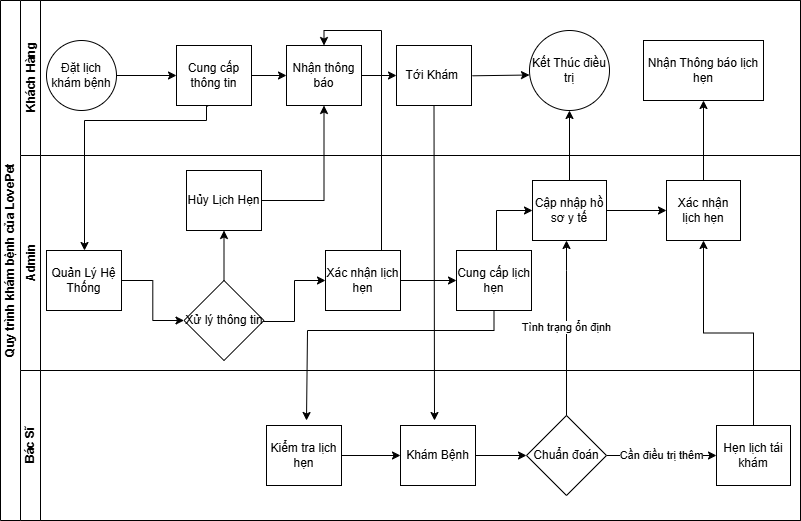
This is QuyTrinhKhamBenh.drawio.png from Junglou/-n, a draw.io export, as it was before one commit. Source tidied: cells renumbered, new cells last; positions are measured from the earlier drawing's top-left corner, leaving out a move shared by most shapes.
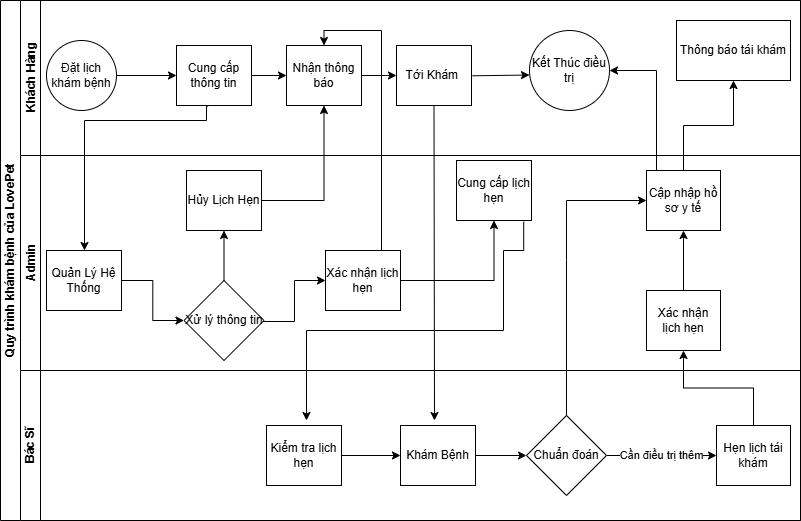
After the commit.

The edit, as a diff of the source:
```diff
@@ -26,9 +26,6 @@
     <mxCell id="9" value="Kết Thúc điều trị" style="ellipse;whiteSpace=wrap;html=1;" parent="3" vertex="1">
       <mxGeometry x="509" y="30" width="80" height="80" as="geometry" />
     </mxCell>
-    <mxCell id="10" value="Nhận Thông báo lịch hẹn" style="whiteSpace=wrap;html=1;" parent="3" vertex="1">
-      <mxGeometry x="623" y="40" width="120" height="60" as="geometry" />
-    </mxCell>
     <mxCell id="11" style="endArrow=classic;html=1;rounded=0;entryX=-0.012;entryY=0.615;entryDx=0;entryDy=0;entryPerimeter=0;" parent="3" edge="1">
       <mxGeometry relative="1" as="geometry">
         <mxPoint x="452" y="75.3" as="sourcePoint" />
@@ -41,6 +38,9 @@
     <mxCell id="13" value="Nhận thông báo" style="whiteSpace=wrap;html=1;" parent="3" vertex="1">
       <mxGeometry x="266" y="45" width="75" height="60" as="geometry" />
     </mxCell>
+    <mxCell id="45" value="Thông báo tái khám" style="whiteSpace=wrap;html=1;" parent="3" vertex="1">
+      <mxGeometry x="656" y="20" width="114" height="60" as="geometry" />
+    </mxCell>
     <mxCell id="14" value="Admin" style="swimlane;html=1;startSize=20;horizontal=0;" parent="2" vertex="1">
       <mxGeometry x="20" y="155" width="780" height="215" as="geometry" />
     </mxCell>
@@ -60,37 +60,23 @@
         </Array>
       </mxGeometry>
     </mxCell>
-    <mxCell id="18" style="edgeStyle=orthogonalEdgeStyle;rounded=0;jettySize=auto;html=1;entryX=0;entryY=0.5;entryDx=0;entryDy=0;exitX=0.5;exitY=0;exitDx=0;exitDy=0;" parent="14" edge="1" source="25" target="22">
-      <mxGeometry relative="1" as="geometry">
-        <Array as="points">
-          <mxPoint x="476" y="95" />
-          <mxPoint x="476" y="55" />
-        </Array>
-      </mxGeometry>
-    </mxCell>
     <mxCell id="19" style="edgeStyle=orthogonalEdgeStyle;rounded=0;jettySize=auto;html=1;" parent="14" edge="1" source="20" target="25">
       <mxGeometry relative="1" as="geometry" />
     </mxCell>
     <mxCell id="20" value="Xác nhận lịch hẹn" style="whiteSpace=wrap;html=1;" parent="14" vertex="1">
       <mxGeometry x="305" y="95" width="75" height="60" as="geometry" />
     </mxCell>
-    <mxCell id="21" style="edgeStyle=orthogonalEdgeStyle;rounded=0;orthogonalLoop=1;jettySize=auto;html=1;" parent="14" edge="1">
-      <mxGeometry relative="1" as="geometry">
-        <mxPoint x="581" y="55" as="sourcePoint" />
-        <mxPoint x="646" y="55" as="targetPoint" />
-      </mxGeometry>
-    </mxCell>
     <mxCell id="22" value="Cập nhập hồ sơ y tế" style="whiteSpace=wrap;html=1;" parent="14" vertex="1">
-      <mxGeometry x="512" y="25" width="74" height="60" as="geometry" />
+      <mxGeometry x="626" y="15" width="74" height="60" as="geometry" />
     </mxCell>
     <mxCell id="23" value="Xác nhận lịch hẹn" style="whiteSpace=wrap;html=1;" parent="14" vertex="1">
-      <mxGeometry x="646" y="25" width="74" height="60" as="geometry" />
+      <mxGeometry x="626" y="135" width="74" height="60" as="geometry" />
     </mxCell>
     <mxCell id="24" value="Hủy Lịch Hẹn" style="whiteSpace=wrap;html=1;" parent="14" vertex="1">
       <mxGeometry x="166" y="15" width="75" height="60" as="geometry" />
     </mxCell>
     <mxCell id="25" value="Cung cấp lịch hẹn" style="whiteSpace=wrap;html=1;" parent="14" vertex="1">
-      <mxGeometry x="436" y="95" width="75" height="60" as="geometry" />
+      <mxGeometry x="436" y="5" width="75" height="60" as="geometry" />
     </mxCell>
     <mxCell id="26" value="Xử lý thông tin" style="rhombus;whiteSpace=wrap;html=1;" parent="14" vertex="1">
       <mxGeometry x="163.5" y="125" width="80" height="80" as="geometry" />
@@ -98,6 +84,9 @@
     <mxCell id="27" style="endArrow=classic;html=1;rounded=0;exitX=0.5;exitY=0;exitDx=0;exitDy=0;entryX=0.5;entryY=1;entryDx=0;entryDy=0;" parent="14" edge="1" source="26" target="24">
       <mxGeometry relative="1" as="geometry" />
     </mxCell>
+    <mxCell id="46" style="endArrow=classic;html=1;rounded=0;entryX=0.5;entryY=1;entryDx=0;entryDy=0;exitX=0.5;exitY=0;exitDx=0;exitDy=0;" parent="14" edge="1" source="23" target="22">
+      <mxGeometry relative="1" as="geometry" />
+    </mxCell>
     <mxCell id="28" value="Bác Sĩ" style="swimlane;html=1;startSize=20;horizontal=0;" parent="2" vertex="1">
       <mxGeometry x="20" y="370" width="780" height="150" as="geometry" />
     </mxCell>
@@ -122,6 +111,15 @@
     <mxCell id="35" value="Hẹn lịch tái khám" style="whiteSpace=wrap;html=1;" parent="28" vertex="1">
       <mxGeometry x="696" y="55" width="74" height="60" as="geometry" />
     </mxCell>
+    <mxCell id="47" style="endArrow=classic;html=1;rounded=0;entryX=0;entryY=0.5;entryDx=0;entryDy=0;" parent="28" edge="1" target="22">
+      <mxGeometry relative="1" as="geometry">
+        <mxPoint x="546" y="45" as="sourcePoint" />
+        <Array as="points">
+          <mxPoint x="546" y="-110" />
+          <mxPoint x="546" y="-170" />
+        </Array>
+      </mxGeometry>
+    </mxCell>
     <mxCell id="36" style="edgeStyle=orthogonalEdgeStyle;rounded=0;jettySize=auto;html=1;exitX=0.421;exitY=1.01;exitDx=0;exitDy=0;exitPerimeter=0;" parent="2" edge="1" source="7" target="16">
       <mxGeometry relative="1" as="geometry">
         <Array as="points">
@@ -131,37 +129,32 @@
         </Array>
       </mxGeometry>
     </mxCell>
-    <mxCell id="37" value="Tình trạng ổn định" style="edgeStyle=orthogonalEdgeStyle;rounded=0;jettySize=auto;html=1;" parent="2" edge="1" source="34" target="22">
-      <mxGeometry relative="1" as="geometry">
-        <Array as="points">
-          <mxPoint x="566" y="270" />
-          <mxPoint x="566" y="270" />
-        </Array>
-      </mxGeometry>
-    </mxCell>
     <mxCell id="38" style="endArrow=classic;html=1;rounded=0;exitX=0.5;exitY=1;exitDx=0;exitDy=0;" parent="2" edge="1" source="8">
       <mxGeometry relative="1" as="geometry">
         <mxPoint x="434" y="420" as="targetPoint" />
       </mxGeometry>
     </mxCell>
     <mxCell id="39" style="edgeStyle=orthogonalEdgeStyle;rounded=0;jettySize=auto;html=1;" parent="2" edge="1" source="22" target="9">
-      <mxGeometry relative="1" as="geometry" />
+      <mxGeometry relative="1" as="geometry">
+        <Array as="points">
+          <mxPoint x="656" y="70" />
+        </Array>
+      </mxGeometry>
     </mxCell>
     <mxCell id="40" style="edgeStyle=orthogonalEdgeStyle;rounded=0;jettySize=auto;html=1;" parent="2" edge="1" source="35" target="23">
       <mxGeometry relative="1" as="geometry" />
     </mxCell>
-    <mxCell id="41" style="edgeStyle=orthogonalEdgeStyle;rounded=0;jettySize=auto;html=1;" parent="2" edge="1" source="23" target="10">
-      <mxGeometry relative="1" as="geometry" />
-    </mxCell>
     <mxCell id="42" style="edgeStyle=orthogonalEdgeStyle;rounded=0;jettySize=auto;html=1;entryX=0.5;entryY=1;entryDx=0;entryDy=0;" parent="2" edge="1" source="24" target="13">
       <mxGeometry relative="1" as="geometry" />
     </mxCell>
-    <mxCell id="43" style="edgeStyle=orthogonalEdgeStyle;rounded=0;jettySize=auto;html=1;" parent="2" edge="1" source="25">
+    <mxCell id="43" style="edgeStyle=orthogonalEdgeStyle;rounded=0;jettySize=auto;html=1;exitX=0.896;exitY=1.02;exitDx=0;exitDy=0;exitPerimeter=0;" parent="2" edge="1" source="25">
       <mxGeometry relative="1" as="geometry">
         <mxPoint x="306" y="420" as="targetPoint" />
         <Array as="points">
-          <mxPoint x="494" y="330" />
-          <mxPoint x="307" y="330" />
+          <mxPoint x="523" y="250" />
+          <mxPoint x="503" y="250" />
+          <mxPoint x="503" y="330" />
+          <mxPoint x="306" y="330" />
         </Array>
       </mxGeometry>
     </mxCell>
@@ -173,5 +166,8 @@
         </Array>
       </mxGeometry>
     </mxCell>
+    <mxCell id="48" style="edgeStyle=orthogonalEdgeStyle;rounded=0;jettySize=auto;html=1;" parent="2" edge="1" source="22" target="45">
+      <mxGeometry relative="1" as="geometry" />
+    </mxCell>
   </root>
 </mxGraphModel>
```
